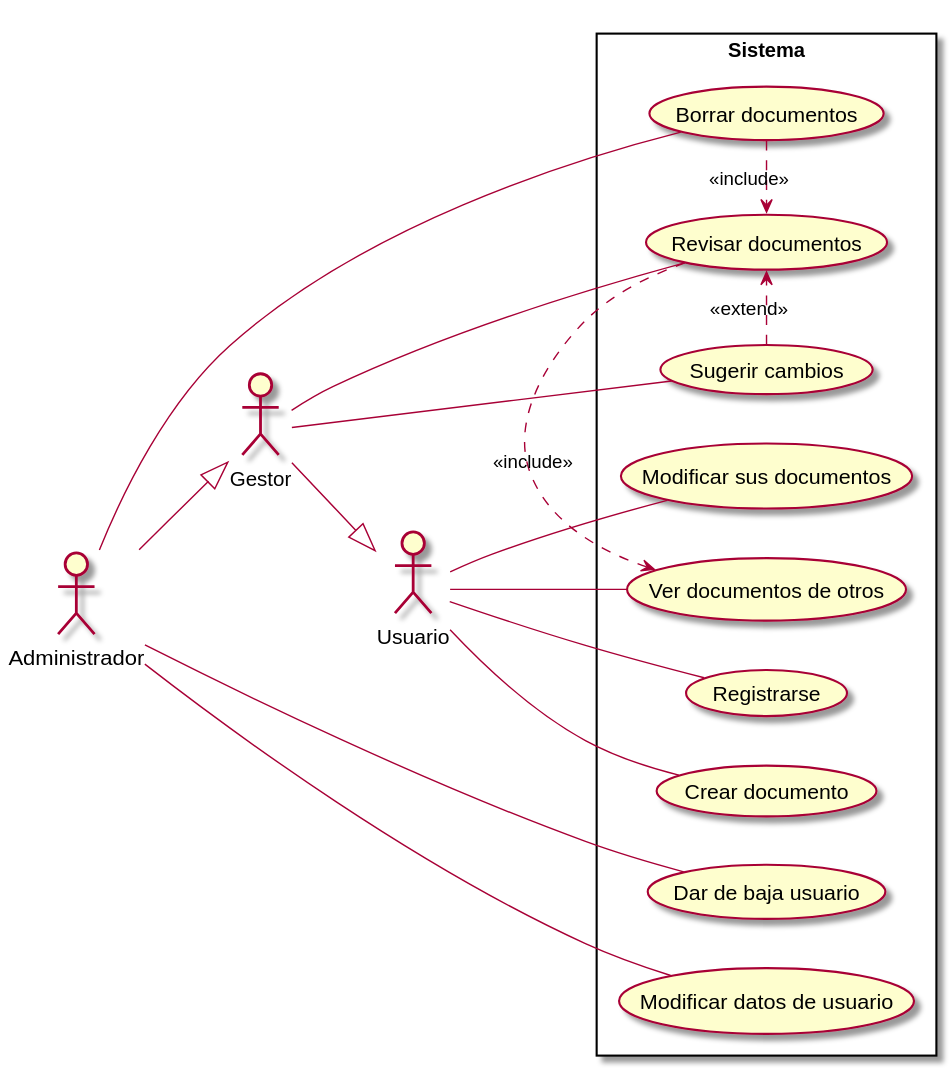
Earlier version of the PlantUML export entornos-de-desarrollo/apuntes/6/media/documentos-web.svg (alvarogonzalezsotillo/apuntes-clase).
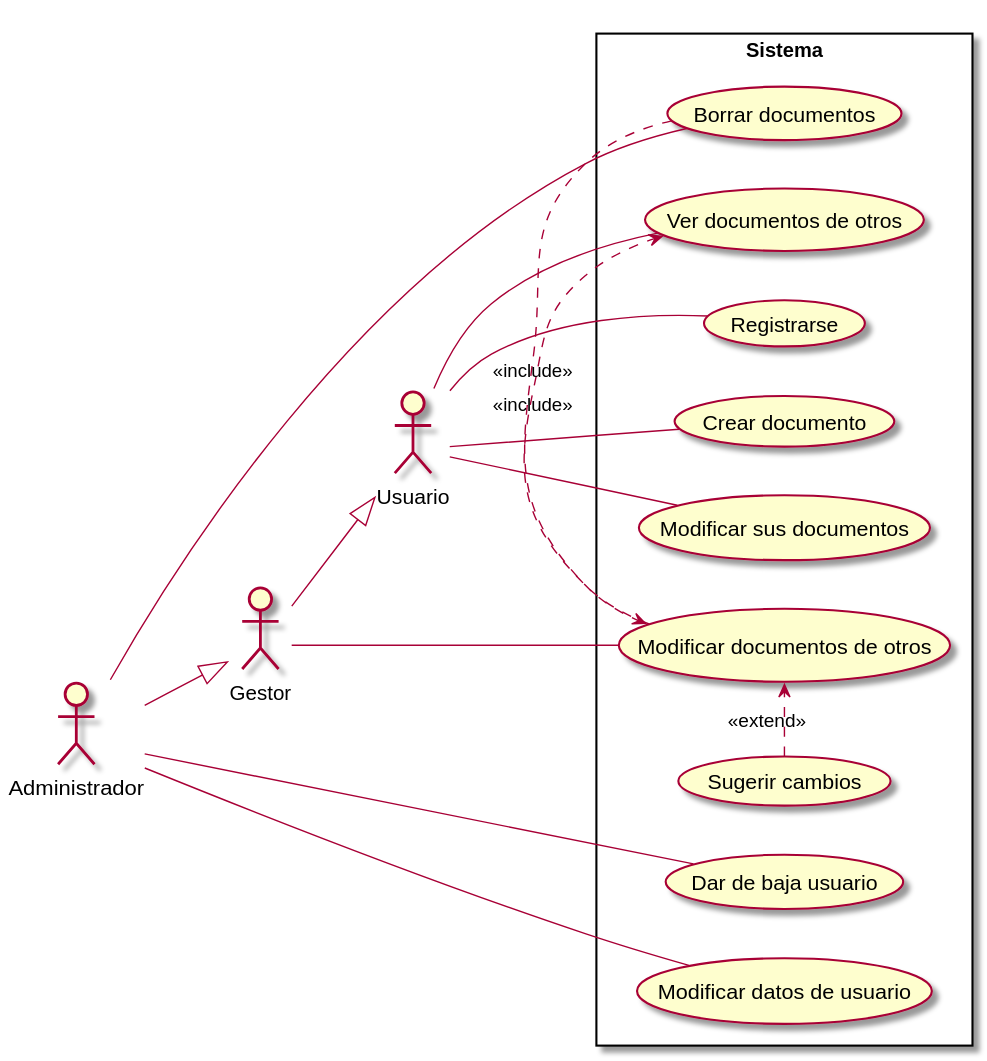
The same diagram one commit later.

Diff of the diagram source:
```diff
@@ -5,26 +5,29 @@
 actor Gestor
 actor Administrador
 
+Gestor --|> Usuario
+Administrador --|> Gestor
+
+
 rectangle Sistema {
+
+
 
   Usuario -- (Registrarse)
   Usuario -- (Crear documento)
   Usuario -- (Modificar sus documentos)
   Usuario -- (Ver documentos de otros)
 
-  Gestor -- (Revisar documentos)
-  Gestor -- (Sugerir cambios)
+  Gestor -- (Modificar documentos de otros)
 
   Administrador -- (Dar de baja usuario)
   Administrador -- (Modificar datos de usuario)
   Administrador -- (Borrar documentos)
 
-  (Revisar documentos) .> (Ver documentos de otros) : <<include>>
-  (Sugerir cambios) .> (Revisar documentos) : <<extend>>
-  (Borrar documentos) .> (Revisar documentos) : <<include>>
+  (Modificar documentos de otros) .> (Ver documentos de otros) : <<include>>
+  (Sugerir cambios) .> (Modificar documentos de otros) : <<extend>>
+  (Borrar documentos) .> (Modificar documentos de otros) : <<include>>
 }
 
-Gestor --|> Usuario
-Administrador --|> Gestor
 
 @enduml
```
